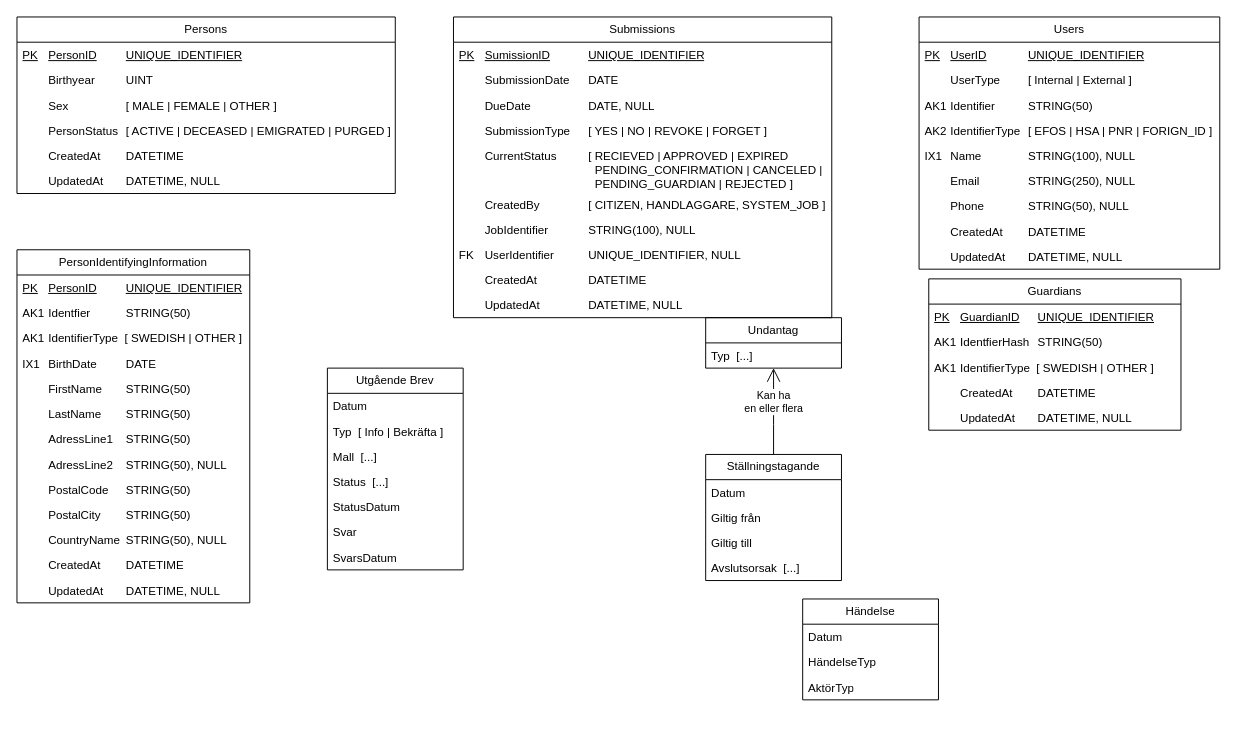
bhagqvist-consid/ICD11 keeps this draw.io diagram as page "Logisk modell" (8 of 8) of Donationsregister.drawio. Above is the earlier version. Source tidied: cells renumbered, new cells numbered last; positions are measured from the earlier drawing's top-left corner, leaving out a move shared by most shapes. Both pictures are drawn from the tidied source at 97%, with x=0, y=0 at pixel (16, 16).
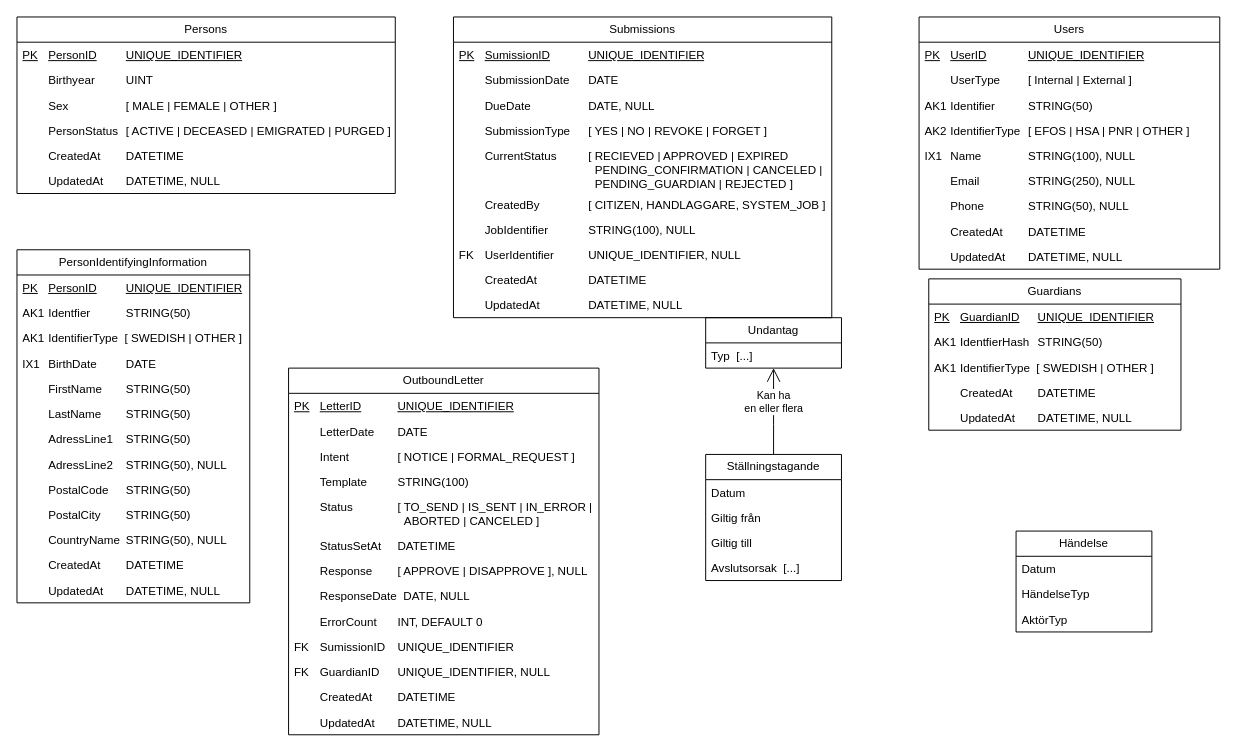
The same page after the edit.

Unchanged cells that the change refers to:
```xml
<mxCell id="60" value="Users" style="swimlane;fontStyle=0;horizontal=1;startSize=26;fillColor=none;whiteSpace=wrap;html=1;" parent="1" vertex="1">
  <mxGeometry x="930" width="310" height="260" as="geometry" />
</mxCell>
```

Change to the diagram source:
```diff
@@
-    <mxCell id="42" value="Utgående&amp;nbsp;&lt;span style=&quot;background-color: transparent; color: light-dark(rgb(0, 0, 0), rgb(255, 255, 255));&quot;&gt;Brev&lt;/span&gt;" style="swimlane;fontStyle=0;horizontal=1;startSize=26;fillColor=none;whiteSpace=wrap;html=1;" parent="1" vertex="1">
-      <mxGeometry x="320" y="362" width="140" height="208" as="geometry" />
+    <mxCell id="42" value="OutboundLetter" style="swimlane;fontStyle=0;horizontal=1;startSize=26;fillColor=none;whiteSpace=wrap;html=1;" parent="1" vertex="1">
+      <mxGeometry x="280" y="362" width="320" height="378" as="geometry" />
     </mxCell>
+    <mxCell id="70" value="PK&lt;span style=&quot;white-space: pre;&quot;&gt;&#9;&lt;/span&gt;LetterID&lt;span style=&quot;white-space: pre;&quot;&gt;&#9;&lt;/span&gt;&lt;span style=&quot;white-space: pre;&quot;&gt;&#9;&lt;/span&gt;UNIQUE_IDENTIFIER" style="text;strokeColor=none;fillColor=none;align=left;verticalAlign=top;spacingLeft=4;spacingRight=4;overflow=hidden;whiteSpace=wrap;html=1;fontStyle=4;" parent="42" vertex="1">
+      <mxGeometry y="26" width="320" height="26" as="geometry" />
+    </mxCell>
-    <mxCell id="43" value="Datum" style="text;strokeColor=none;fillColor=none;align=left;verticalAlign=top;spacingLeft=4;spacingRight=4;overflow=hidden;whiteSpace=wrap;html=1;" parent="42" vertex="1">
-      <mxGeometry y="26" width="140" height="26" as="geometry" />
+    <mxCell id="43" value="&lt;span style=&quot;white-space: pre;&quot;&gt;&#9;&lt;/span&gt;LetterDate&lt;span style=&quot;white-space: pre;&quot;&gt;&#9;&lt;/span&gt;DATE" style="text;strokeColor=none;fillColor=none;align=left;verticalAlign=top;spacingLeft=4;spacingRight=4;overflow=hidden;whiteSpace=wrap;html=1;" parent="42" vertex="1">
+      <mxGeometry y="52" width="320" height="26" as="geometry" />
     </mxCell>
-    <mxCell id="44" value="Typ&amp;nbsp;&amp;nbsp;[ Info | Bekräfta ]" style="text;strokeColor=none;fillColor=none;align=left;verticalAlign=top;spacingLeft=4;spacingRight=4;overflow=hidden;whiteSpace=wrap;html=1;" parent="42" vertex="1">
-      <mxGeometry y="52" width="140" height="26" as="geometry" />
+    <mxCell id="44" value="&lt;span style=&quot;white-space: pre;&quot;&gt;&#9;&lt;/span&gt;Intent&lt;span style=&quot;white-space: pre;&quot;&gt;&#9;&lt;/span&gt;&lt;span style=&quot;white-space: pre;&quot;&gt;&#9;&lt;/span&gt;[ NOTICE | FORMAL_REQUEST ]" style="text;strokeColor=none;fillColor=none;align=left;verticalAlign=top;spacingLeft=4;spacingRight=4;overflow=hidden;whiteSpace=wrap;html=1;" parent="42" vertex="1">
+      <mxGeometry y="78" width="320" height="26" as="geometry" />
     </mxCell>
-    <mxCell id="45" value="Mall&amp;nbsp; [...]" style="text;strokeColor=none;fillColor=none;align=left;verticalAlign=top;spacingLeft=4;spacingRight=4;overflow=hidden;whiteSpace=wrap;html=1;" parent="42" vertex="1">
-      <mxGeometry y="78" width="140" height="26" as="geometry" />
+    <mxCell id="45" value="&lt;span style=&quot;white-space: pre;&quot;&gt;&#9;&lt;/span&gt;Template&lt;span style=&quot;white-space: pre;&quot;&gt;&#9;&lt;/span&gt;&lt;span style=&quot;white-space: pre;&quot;&gt;&#9;&lt;/span&gt;&lt;span style=&quot;white-space: pre;&quot;&gt;STRING(100)&lt;/span&gt;" style="text;strokeColor=none;fillColor=none;align=left;verticalAlign=top;spacingLeft=4;spacingRight=4;overflow=hidden;whiteSpace=wrap;html=1;" parent="42" vertex="1">
+      <mxGeometry y="104" width="320" height="26" as="geometry" />
     </mxCell>
-    <mxCell id="46" value="Status&amp;nbsp;&amp;nbsp;[...]" style="text;strokeColor=none;fillColor=none;align=left;verticalAlign=top;spacingLeft=4;spacingRight=4;overflow=hidden;whiteSpace=wrap;html=1;" parent="42" vertex="1">
-      <mxGeometry y="104" width="140" height="26" as="geometry" />
+    <mxCell id="46" value="&lt;span style=&quot;white-space: pre;&quot;&gt;&#9;&lt;/span&gt;Status&lt;span style=&quot;white-space: pre;&quot;&gt;&#9;&lt;/span&gt;&lt;span style=&quot;white-space: pre;&quot;&gt;&#9;&lt;/span&gt;[ TO_SEND | IS_SENT |&amp;nbsp;IN_ERROR |&lt;br&gt;&lt;span style=&quot;white-space: pre;&quot;&gt;&#9;&lt;/span&gt;&lt;span style=&quot;white-space: pre;&quot;&gt;&#9;&lt;/span&gt;&lt;span style=&quot;white-space: pre;&quot;&gt;&#9;&lt;/span&gt;&lt;span style=&quot;white-space: pre;&quot;&gt;&#9;&lt;/span&gt;&amp;nbsp;&amp;nbsp;ABORTED | CANCELED ]" style="text;strokeColor=none;fillColor=none;align=left;verticalAlign=top;spacingLeft=4;spacingRight=4;overflow=hidden;whiteSpace=wrap;html=1;" parent="42" vertex="1">
+      <mxGeometry y="130" width="320" height="40" as="geometry" />
     </mxCell>
-    <mxCell id="47" value="StatusDatum" style="text;strokeColor=none;fillColor=none;align=left;verticalAlign=top;spacingLeft=4;spacingRight=4;overflow=hidden;whiteSpace=wrap;html=1;" parent="42" vertex="1">
-      <mxGeometry y="130" width="140" height="26" as="geometry" />
-    </mxCell>
-    <mxCell id="48" value="Svar" style="text;strokeColor=none;fillColor=none;align=left;verticalAlign=top;spacingLeft=4;spacingRight=4;overflow=hidden;whiteSpace=wrap;html=1;" parent="42" vertex="1">
-      <mxGeometry y="156" width="140" height="26" as="geometry" />
+    <mxCell id="48" value="&lt;span style=&quot;white-space: pre;&quot;&gt;&#9;&lt;/span&gt;StatusSetAt&lt;span style=&quot;white-space: pre;&quot;&gt;&#9;&lt;/span&gt;DATETIME" style="text;strokeColor=none;fillColor=none;align=left;verticalAlign=top;spacingLeft=4;spacingRight=4;overflow=hidden;whiteSpace=wrap;html=1;" parent="42" vertex="1">
+      <mxGeometry y="170" width="320" height="26" as="geometry" />
     </mxCell>
-    <mxCell id="49" value="SvarsDatum" style="text;strokeColor=none;fillColor=none;align=left;verticalAlign=top;spacingLeft=4;spacingRight=4;overflow=hidden;whiteSpace=wrap;html=1;" parent="42" vertex="1">
-      <mxGeometry y="182" width="140" height="26" as="geometry" />
+    <mxCell id="49" value="&lt;span style=&quot;white-space: pre;&quot;&gt;&#9;&lt;/span&gt;Response&lt;span style=&quot;white-space: pre;&quot;&gt;&#9;&lt;/span&gt;[ APPROVE | DISAPPROVE ], NULL" style="text;strokeColor=none;fillColor=none;align=left;verticalAlign=top;spacingLeft=4;spacingRight=4;overflow=hidden;whiteSpace=wrap;html=1;" parent="42" vertex="1">
+      <mxGeometry y="196" width="320" height="26" as="geometry" />
     </mxCell>
+    <mxCell id="71" value="&lt;span style=&quot;white-space: pre;&quot;&gt;&#9;&lt;/span&gt;ResponseDate&amp;nbsp; DATE, NULL" style="text;strokeColor=none;fillColor=none;align=left;verticalAlign=top;spacingLeft=4;spacingRight=4;overflow=hidden;whiteSpace=wrap;html=1;" parent="42" vertex="1">
+      <mxGeometry y="222" width="320" height="26" as="geometry" />
+    </mxCell>
+    <mxCell id="72" value="&lt;span style=&quot;white-space: pre;&quot;&gt;&#9;&lt;/span&gt;ErrorCount&lt;span style=&quot;white-space: pre;&quot;&gt;&#9;&lt;/span&gt;INT, DEFAULT 0" style="text;strokeColor=none;fillColor=none;align=left;verticalAlign=top;spacingLeft=4;spacingRight=4;overflow=hidden;whiteSpace=wrap;html=1;" parent="42" vertex="1">
+      <mxGeometry y="248" width="320" height="26" as="geometry" />
+    </mxCell>
+    <mxCell id="73" value="FK&lt;span style=&quot;white-space: pre;&quot;&gt;&#9;&lt;/span&gt;SumissionID&lt;span style=&quot;white-space: pre;&quot;&gt;&#9;&lt;/span&gt;UNIQUE_IDENTIFIER" style="text;strokeColor=none;fillColor=none;align=left;verticalAlign=top;spacingLeft=4;spacingRight=4;overflow=hidden;whiteSpace=wrap;html=1;fontStyle=0;" parent="42" vertex="1">
+      <mxGeometry y="274" width="320" height="26" as="geometry" />
+    </mxCell>
+    <mxCell id="74" value="FK&lt;span style=&quot;white-space: pre;&quot;&gt;&#9;&lt;/span&gt;GuardianID&lt;span style=&quot;white-space: pre;&quot;&gt;&#9;&lt;/span&gt;UNIQUE_IDENTIFIER, NULL" style="text;strokeColor=none;fillColor=none;align=left;verticalAlign=top;spacingLeft=4;spacingRight=4;overflow=hidden;whiteSpace=wrap;html=1;fontStyle=0;" parent="42" vertex="1">
+      <mxGeometry y="300" width="320" height="26" as="geometry" />
+    </mxCell>
+    <mxCell id="75" value="&lt;span style=&quot;white-space: pre;&quot;&gt;&#9;&lt;/span&gt;CreatedAt&amp;nbsp; &lt;span style=&quot;white-space: pre;&quot;&gt;&#9;&lt;/span&gt;DATETIME" style="text;strokeColor=none;fillColor=none;align=left;verticalAlign=top;spacingLeft=4;spacingRight=4;overflow=hidden;whiteSpace=wrap;html=1;" parent="42" vertex="1">
+      <mxGeometry y="326" width="320" height="26" as="geometry" />
+    </mxCell>
+    <mxCell id="76" value="&lt;span style=&quot;white-space: pre;&quot;&gt;&#9;&lt;/span&gt;UpdatedAt&amp;nbsp; &lt;span style=&quot;white-space: pre;&quot;&gt;&#9;&lt;/span&gt;DATETIME, NULL" style="text;strokeColor=none;fillColor=none;align=left;verticalAlign=top;spacingLeft=4;spacingRight=4;overflow=hidden;whiteSpace=wrap;html=1;" parent="42" vertex="1">
+      <mxGeometry y="352" width="320" height="26" as="geometry" />
+    </mxCell>
@@
     <mxCell id="56" value="Händelse" style="swimlane;fontStyle=0;horizontal=1;startSize=26;fillColor=none;whiteSpace=wrap;html=1;" parent="1" vertex="1">
-      <mxGeometry x="810" y="600" width="140" height="104" as="geometry" />
+      <mxGeometry x="1030" y="530" width="140" height="104" as="geometry" />
     </mxCell>
@@
-    <mxCell id="64" value="AK2&lt;span style=&quot;white-space: pre;&quot;&gt;&#9;&lt;/span&gt;IdentifierType&lt;span style=&quot;white-space: pre;&quot;&gt;&#9;&lt;/span&gt;[ EFOS | HSA | PNR | FORIGN_ID ]" style="text;strokeColor=none;fillColor=none;align=left;verticalAlign=top;spacingLeft=4;spacingRight=4;overflow=hidden;whiteSpace=wrap;html=1;" parent="60" vertex="1">
+    <mxCell id="64" value="AK2&lt;span style=&quot;white-space: pre;&quot;&gt;&#9;&lt;/span&gt;IdentifierType&lt;span style=&quot;white-space: pre;&quot;&gt;&#9;&lt;/span&gt;[ EFOS | HSA | PNR | OTHER ]" style="text;strokeColor=none;fillColor=none;align=left;verticalAlign=top;spacingLeft=4;spacingRight=4;overflow=hidden;whiteSpace=wrap;html=1;" parent="60" vertex="1">
       <mxGeometry y="104" width="310" height="26" as="geometry" />
     </mxCell>
```
